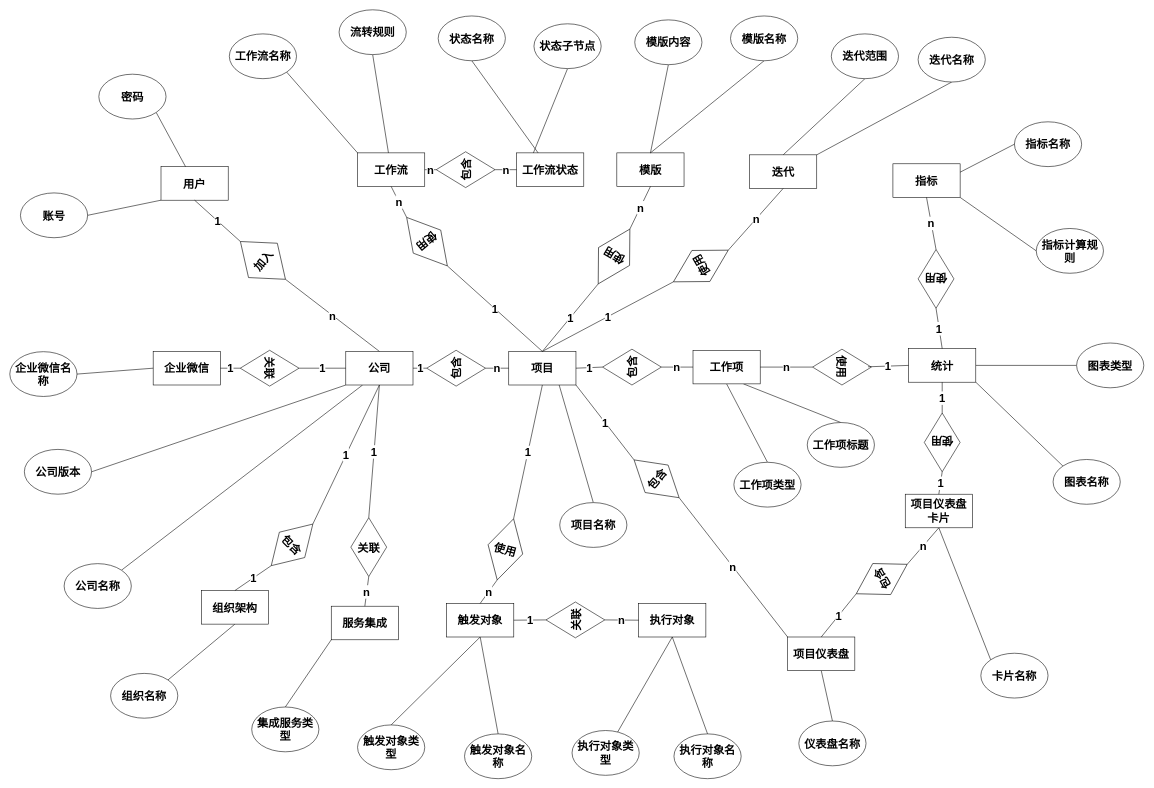
Earlier version of the draw.io diagram ER图.drawio (qf2020/drawio). Source tidied: cells renumbered, new cells numbered last; positions are measured from the earlier drawing's top-left corner, leaving out a move shared by most shapes. Both pictures are drawn from the tidied source at 56%, with x=0, y=0 at pixel (10, 10).
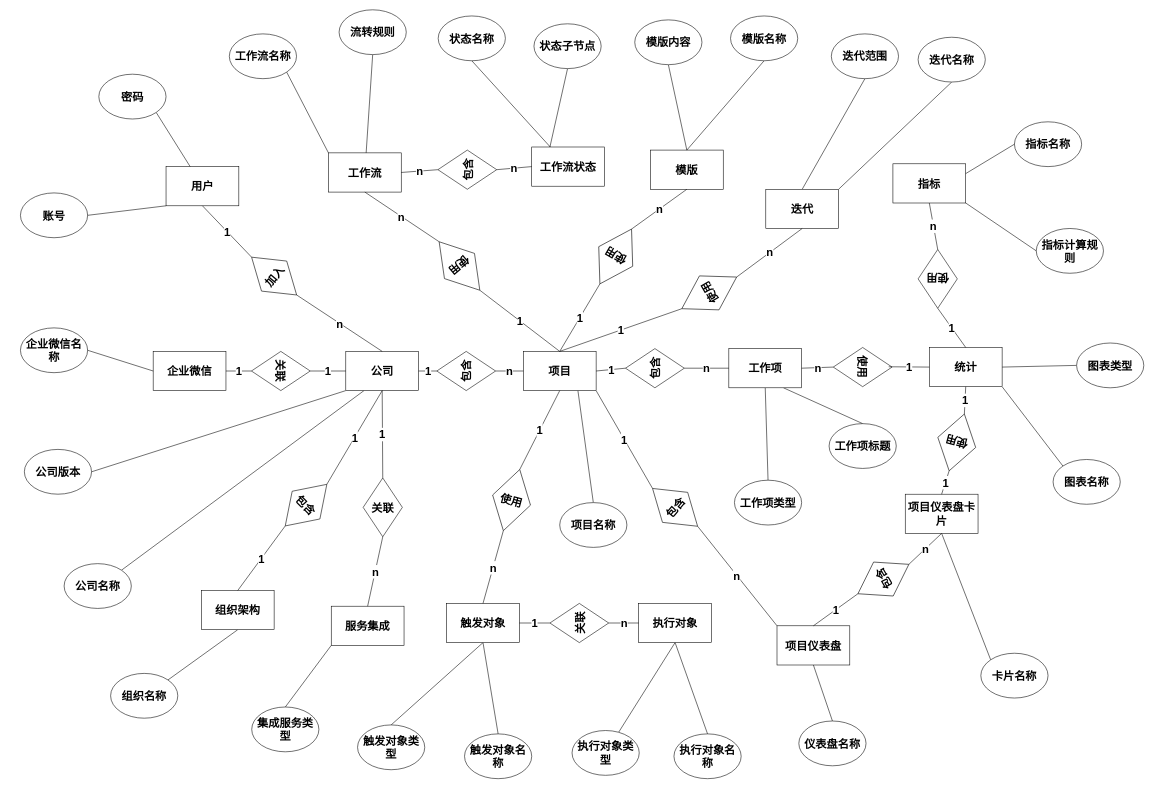
Above is the later version.

Change to the diagram source:
```diff
@@
     <mxCell id="3" value="项目" style="rounded=0;whiteSpace=wrap;html=1;fontStyle=1;fontSize=20;" parent="1" vertex="1">
-      <mxGeometry x="891" y="610" width="120" height="60" as="geometry" />
+      <mxGeometry x="917" y="610" width="130" height="70" as="geometry" />
     </mxCell>
     <mxCell id="4" value="模版" style="rounded=0;whiteSpace=wrap;html=1;fontStyle=1;fontSize=20;" parent="1" vertex="1">
-      <mxGeometry x="1084" y="255.5" width="120" height="60" as="geometry" />
+      <mxGeometry x="1144" y="250.5" width="130" height="70" as="geometry" />
     </mxCell>
     <mxCell id="5" value="工作流" style="rounded=0;whiteSpace=wrap;html=1;fontStyle=1;fontSize=20;" parent="1" vertex="1">
-      <mxGeometry x="621" y="255.5" width="120" height="60" as="geometry" />
+      <mxGeometry x="569" y="255.5" width="130" height="70" as="geometry" />
     </mxCell>
     <mxCell id="6" value="工作流状态" style="rounded=0;whiteSpace=wrap;html=1;fontStyle=1;fontSize=20;" parent="1" vertex="1">
-      <mxGeometry x="905" y="255.5" width="120" height="60" as="geometry" />
+      <mxGeometry x="932" y="245" width="130" height="70" as="geometry" />
     </mxCell>
@@
     <mxCell id="9" value="迭代" style="rounded=0;whiteSpace=wrap;html=1;fontStyle=1;fontSize=20;" parent="1" vertex="1">
-      <mxGeometry x="1321" y="259" width="120" height="60" as="geometry" />
+      <mxGeometry x="1350" y="320.5" width="130" height="70" as="geometry" />
     </mxCell>
@@
     <mxCell id="12" value="触发对象" style="rounded=0;whiteSpace=wrap;html=1;fontStyle=1;fontSize=20;" parent="1" vertex="1">
-      <mxGeometry x="780" y="1060" width="120" height="60" as="geometry" />
+      <mxGeometry x="780" y="1060" width="130" height="70" as="geometry" />
     </mxCell>
@@
     <mxCell id="15" value="执行对象" style="rounded=0;whiteSpace=wrap;html=1;fontStyle=1;fontSize=20;" parent="1" vertex="1">
-      <mxGeometry x="1123" y="1060" width="120" height="60" as="geometry" />
+      <mxGeometry x="1123" y="1060" width="130" height="70" as="geometry" />
     </mxCell>
@@
     <mxCell id="18" value="统计" style="rounded=0;whiteSpace=wrap;html=1;fontStyle=1;fontSize=20;" parent="1" vertex="1">
-      <mxGeometry x="1605" y="605" width="120" height="60" as="geometry" />
+      <mxGeometry x="1642" y="603" width="130" height="70" as="geometry" />
     </mxCell>
@@
     <mxCell id="20" value="指标" style="rounded=0;whiteSpace=wrap;html=1;fontStyle=1;fontSize=20;" parent="1" vertex="1">
-      <mxGeometry x="1577" y="275" width="120" height="60" as="geometry" />
+      <mxGeometry x="1577" y="275" width="130" height="70" as="geometry" />
     </mxCell>
@@
     <mxCell id="22" value="项目仪表盘" style="rounded=0;whiteSpace=wrap;html=1;fontStyle=1;fontSize=20;" parent="1" vertex="1">
-      <mxGeometry x="1389" y="1120" width="120" height="60" as="geometry" />
+      <mxGeometry x="1370" y="1100" width="130" height="70" as="geometry" />
     </mxCell>
@@
     <mxCell id="24" value="项目仪表盘卡片" style="rounded=0;whiteSpace=wrap;html=1;fontStyle=1;fontSize=20;" parent="1" vertex="1">
-      <mxGeometry x="1599" y="865" width="120" height="60" as="geometry" />
+      <mxGeometry x="1599" y="865" width="130" height="70" as="geometry" />
     </mxCell>
     <mxCell id="25" value="用户" style="rounded=0;whiteSpace=wrap;html=1;fontStyle=1;fontSize=20;" parent="1" vertex="1">
-      <mxGeometry x="270" y="280" width="120" height="60" as="geometry" />
+      <mxGeometry x="279" y="280" width="130" height="70" as="geometry" />
     </mxCell>
@@
     <mxCell id="28" value="公司" style="rounded=0;whiteSpace=wrap;html=1;fontStyle=1;fontSize=20;" parent="1" vertex="1">
-      <mxGeometry x="600" y="610" width="120" height="60" as="geometry" />
+      <mxGeometry x="600" y="610" width="130" height="70" as="geometry" />
     </mxCell>
     <mxCell id="29" value="企业微信" style="rounded=0;whiteSpace=wrap;html=1;fontStyle=1;fontSize=20;" parent="1" vertex="1">
-      <mxGeometry x="256" y="610" width="120" height="60" as="geometry" />
+      <mxGeometry x="256" y="610" width="130" height="70" as="geometry" />
     </mxCell>
@@
     <mxCell id="31" value="组织架构" style="rounded=0;whiteSpace=wrap;html=1;fontStyle=1;fontSize=20;" parent="1" vertex="1">
-      <mxGeometry x="342" y="1037" width="120" height="60" as="geometry" />
+      <mxGeometry x="342" y="1037" width="130" height="70" as="geometry" />
     </mxCell>
     <mxCell id="32" value="服务集成" style="rounded=0;whiteSpace=wrap;html=1;fontStyle=1;fontSize=20;" parent="1" vertex="1">
-      <mxGeometry x="574" y="1065" width="120" height="60" as="geometry" />
+      <mxGeometry x="574" y="1065" width="130" height="70" as="geometry" />
     </mxCell>
     <mxCell id="33" value="包含" style="rhombus;whiteSpace=wrap;html=1;rotation=45;fontStyle=1;fontSize=20;" parent="1" vertex="1">
-      <mxGeometry x="472" y="903" width="64" height="105" as="geometry" />
+      <mxGeometry x="494" y="832" width="70" height="105" as="geometry" />
     </mxCell>
@@
     <mxCell id="36" value="加入" style="rhombus;whiteSpace=wrap;html=1;rotation=-50;fontStyle=1;fontSize=20;" parent="1" vertex="1">
-      <mxGeometry x="412" y="395" width="80" height="105" as="geometry" />
+      <mxGeometry x="437" y="423" width="70" height="105" as="geometry" />
     </mxCell>
@@
     <mxCell id="39" value="关联" style="rhombus;whiteSpace=wrap;html=1;rotation=90;fontStyle=1;fontSize=20;" parent="1" vertex="1">
-      <mxGeometry x="432" y="587.5" width="64" height="105" as="geometry" />
+      <mxGeometry x="449" y="592.5" width="70" height="105" as="geometry" />
     </mxCell>
@@
     <mxCell id="42" value="包含" style="rhombus;whiteSpace=wrap;html=1;rotation=-90;fontStyle=1;fontSize=20;" parent="1" vertex="1">
-      <mxGeometry x="782" y="233" width="64" height="105" as="geometry" />
+      <mxGeometry x="782" y="233" width="70" height="105" as="geometry" />
     </mxCell>
@@
     <mxCell id="47" value="工作项" style="rounded=0;whiteSpace=wrap;html=1;fontStyle=1;fontSize=20;" parent="1" vertex="1">
-      <mxGeometry x="1220" y="608" width="120" height="60" as="geometry" />
+      <mxGeometry x="1284" y="605" width="130" height="70" as="geometry" />
     </mxCell>
     <mxCell id="48" value="包含" style="rhombus;whiteSpace=wrap;html=1;rotation=-90;fontStyle=1;fontSize=20;" parent="1" vertex="1">
-      <mxGeometry x="765" y="587.5" width="64" height="105" as="geometry" />
+      <mxGeometry x="780" y="592.5" width="70" height="105" as="geometry" />
     </mxCell>
@@
     <mxCell id="51" value="关联" style="rhombus;whiteSpace=wrap;html=1;rotation=0;fontStyle=1;fontSize=20;" parent="1" vertex="1">
-      <mxGeometry x="609" y="907" width="64" height="105" as="geometry" />
+      <mxGeometry x="631" y="836" width="70" height="105" as="geometry" />
     </mxCell>
@@
     <mxCell id="54" value="关联" style="rhombus;whiteSpace=wrap;html=1;rotation=-90;fontStyle=1;fontSize=20;" parent="1" vertex="1">
-      <mxGeometry x="978" y="1037" width="64" height="105" as="geometry" />
+      <mxGeometry x="982" y="1042.5" width="70" height="105" as="geometry" />
     </mxCell>
@@
     <mxCell id="57" value="包含" style="rhombus;whiteSpace=wrap;html=1;rotation=-90;fontStyle=1;fontSize=20;" parent="1" vertex="1">
-      <mxGeometry x="1079" y="585.5" width="64" height="105" as="geometry" />
+      <mxGeometry x="1117" y="587.5" width="70" height="105" as="geometry" />
     </mxCell>
@@
     <mxCell id="60" value="使用" style="rhombus;whiteSpace=wrap;html=1;rotation=140;fontStyle=1;fontSize=20;" parent="1" vertex="1">
-      <mxGeometry x="713" y="357.5" width="64" height="113" as="geometry" />
+      <mxGeometry x="768" y="401" width="70" height="113" as="geometry" />
     </mxCell>
@@
     <mxCell id="63" value="使用" style="rhombus;whiteSpace=wrap;html=1;rotation=15;fontStyle=1;fontSize=20;" parent="1" vertex="1">
-      <mxGeometry x="853" y="907" width="64" height="113" as="geometry" />
+      <mxGeometry x="861" y="819" width="70" height="113" as="geometry" />
     </mxCell>
@@
     <mxCell id="66" value="使用" style="rhombus;whiteSpace=wrap;html=1;rotation=-150;fontStyle=1;fontSize=20;" parent="1" vertex="1">
-      <mxGeometry x="1047" y="384" width="64" height="113" as="geometry" />
+      <mxGeometry x="1047" y="384" width="70" height="113" as="geometry" />
     </mxCell>
@@
     <mxCell id="69" value="使用" style="rhombus;whiteSpace=wrap;html=1;rotation=-180;fontStyle=1;fontSize=20;" parent="1" vertex="1">
-      <mxGeometry x="1622" y="428" width="64" height="105" as="geometry" />
+      <mxGeometry x="1622" y="428" width="70" height="105" as="geometry" />
     </mxCell>
@@
-    <mxCell id="72" value="使用" style="rhombus;whiteSpace=wrap;html=1;rotation=-180;fontStyle=1;fontSize=20;" parent="1" vertex="1">
-      <mxGeometry x="1633" y="720" width="64" height="105" as="geometry" />
+    <mxCell id="72" value="使用" style="rhombus;whiteSpace=wrap;html=1;rotation=-165;fontStyle=1;fontSize=20;" parent="1" vertex="1">
+      <mxGeometry x="1656" y="720" width="70" height="105" as="geometry" />
     </mxCell>
@@
     <mxCell id="76" value="包含" style="rhombus;whiteSpace=wrap;html=1;rotation=-120;fontStyle=1;fontSize=20;" parent="1" vertex="1">
-      <mxGeometry x="1525" y="964" width="64" height="105" as="geometry" />
+      <mxGeometry x="1525" y="964" width="70" height="105" as="geometry" />
     </mxCell>
@@
     <mxCell id="78" value="使用" style="rhombus;whiteSpace=wrap;html=1;rotation=90;fontStyle=1;fontSize=20;" parent="1" vertex="1">
-      <mxGeometry x="1454" y="585.5" width="64" height="105" as="geometry" />
+      <mxGeometry x="1488" y="585.5" width="70" height="105" as="geometry" />
     </mxCell>
@@
     <mxCell id="81" value="使用" style="rhombus;whiteSpace=wrap;html=1;rotation=-120;fontStyle=1;fontSize=20;" parent="1" vertex="1">
-      <mxGeometry x="1202" y="401" width="64" height="113" as="geometry" />
+      <mxGeometry x="1214" y="449" width="70" height="113" as="geometry" />
     </mxCell>
@@
     <mxCell id="91" value="企业微信名称" style="ellipse;whiteSpace=wrap;html=1;fontStyle=1;fontSize=20;" parent="1" vertex="1">
-      <mxGeometry y="610.5" width="120" height="80" as="geometry" />
+      <mxGeometry x="19" y="568" width="120" height="80" as="geometry" />
     </mxCell>
@@
     <mxCell id="116" value="工作项类型" style="ellipse;whiteSpace=wrap;html=1;fontStyle=1;fontSize=20;" parent="1" vertex="1">
-      <mxGeometry x="1293" y="808" width="120" height="80" as="geometry" />
+      <mxGeometry x="1294" y="840" width="120" height="80" as="geometry" />
     </mxCell>
     <mxCell id="117" value="工作项标题" style="ellipse;whiteSpace=wrap;html=1;fontStyle=1;fontSize=20;" parent="1" vertex="1">
-      <mxGeometry x="1424" y="737" width="120" height="80" as="geometry" />
+      <mxGeometry x="1463" y="739" width="120" height="80" as="geometry" />
     </mxCell>
@@
     <mxCell id="122" value="包含" style="rhombus;whiteSpace=wrap;html=1;rotation=-50;fontStyle=1;fontSize=20;" parent="1" vertex="1">
-      <mxGeometry x="1123" y="785" width="64" height="105" as="geometry" />
+      <mxGeometry x="1153" y="836" width="70" height="105" as="geometry" />
     </mxCell>
```
